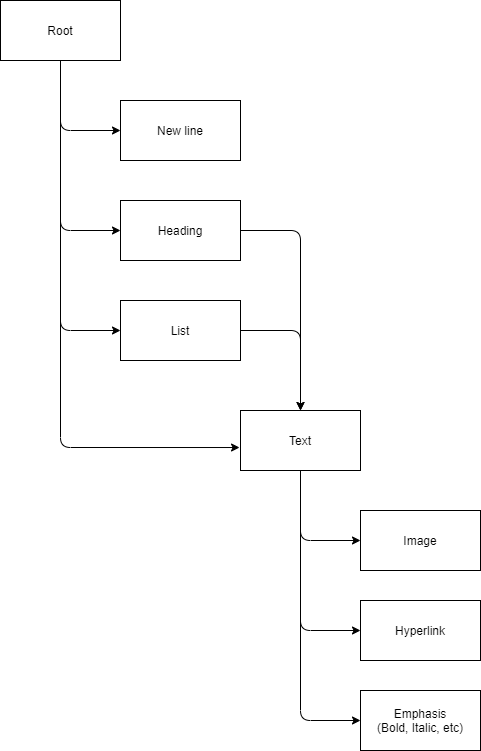
Before: MarkdownSyntaxTree.png, a diagram exported from draw.io (legopiraat/Markdown-magic). Source tidied: cells renumbered, new cells last; positions are measured from the earlier drawing's top-left corner, leaving out a move shared by most shapes.
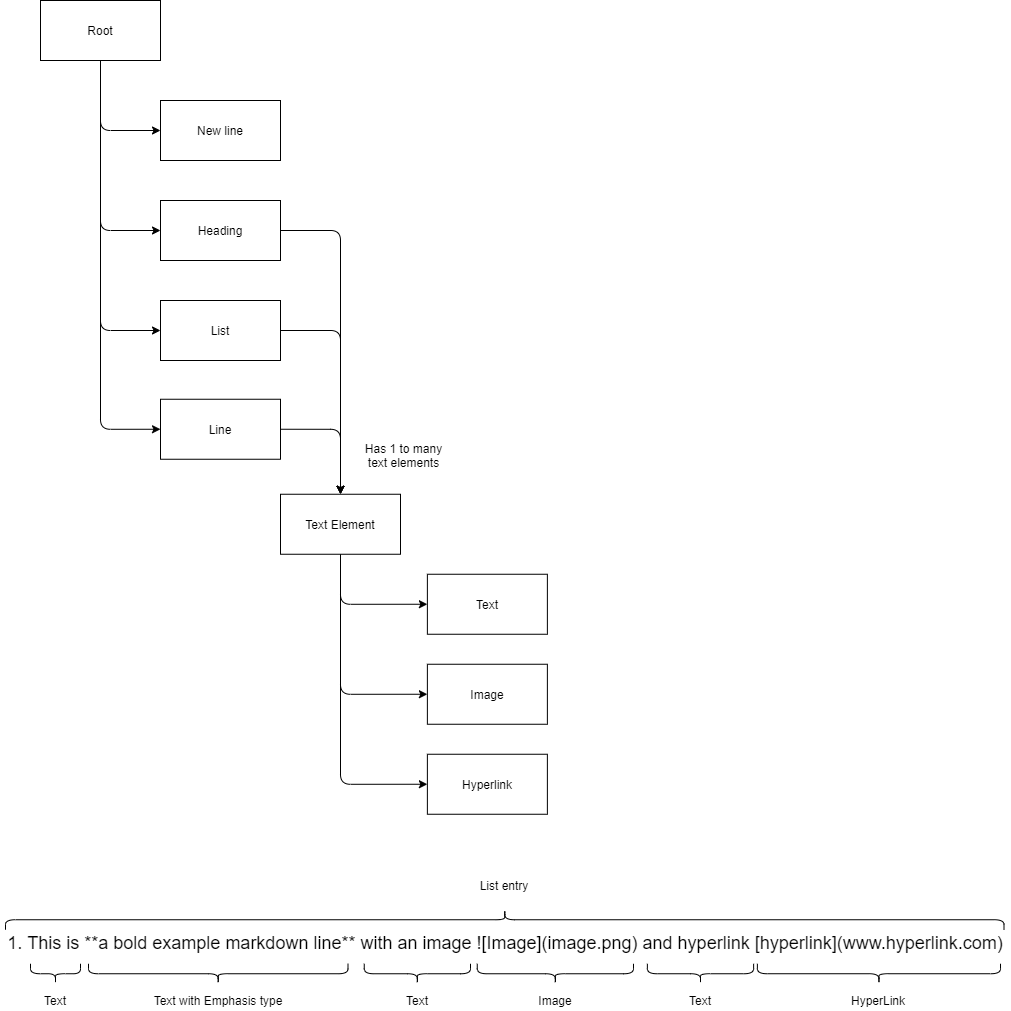
After the commit.

The edit, as a diff of the source:
```diff
@@ -12,7 +12,7 @@
       <mxGeometry x="120" y="300" width="120" height="60" as="geometry" />
     </mxCell>
     <mxCell id="5" value="Text" style="rounded=0;whiteSpace=wrap;html=1;" parent="1" vertex="1">
-      <mxGeometry x="240" y="410" width="120" height="60" as="geometry" />
+      <mxGeometry x="386.9" y="573.8" width="120" height="60" as="geometry" />
     </mxCell>
     <mxCell id="6" value="New line" style="rounded=0;whiteSpace=wrap;html=1;" parent="1" vertex="1">
       <mxGeometry x="120" y="100" width="120" height="60" as="geometry" />
@@ -26,32 +26,86 @@
     <mxCell id="9" style="endArrow=classic;html=1;entryX=0;entryY=0.5;entryDx=0;entryDy=0;exitX=0.5;exitY=1;exitDx=0;exitDy=0;edgeStyle=orthogonalEdgeStyle;" parent="1" edge="1" source="2" target="4">
       <mxGeometry relative="1" as="geometry" />
     </mxCell>
-    <mxCell id="10" style="endArrow=classic;html=1;entryX=-0.008;entryY=0.617;entryDx=0;entryDy=0;entryPerimeter=0;exitX=0.5;exitY=1;exitDx=0;exitDy=0;edgeStyle=orthogonalEdgeStyle;" parent="1" edge="1" source="2" target="5">
-      <mxGeometry relative="1" as="geometry" />
-    </mxCell>
-    <mxCell id="11" style="endArrow=classic;html=1;exitX=1;exitY=0.5;exitDx=0;exitDy=0;entryX=0.5;entryY=0;entryDx=0;entryDy=0;edgeStyle=orthogonalEdgeStyle;" parent="1" edge="1" source="3" target="5">
-      <mxGeometry relative="1" as="geometry" />
-    </mxCell>
-    <mxCell id="12" style="endArrow=classic;html=1;exitX=1;exitY=0.5;exitDx=0;exitDy=0;entryX=0.5;entryY=0;entryDx=0;entryDy=0;edgeStyle=orthogonalEdgeStyle;" parent="1" edge="1" source="4" target="5">
+    <mxCell id="12" style="endArrow=classic;html=1;edgeStyle=orthogonalEdgeStyle;entryX=0;entryY=0.5;entryDx=0;entryDy=0;exitX=0.5;exitY=1;exitDx=0;exitDy=0;" parent="1" edge="1" source="2" target="19">
       <mxGeometry relative="1" as="geometry" />
     </mxCell>
     <mxCell id="13" value="Image" style="rounded=0;whiteSpace=wrap;html=1;" parent="1" vertex="1">
-      <mxGeometry x="360" y="510" width="120" height="60" as="geometry" />
+      <mxGeometry x="386.9" y="663.8" width="120" height="60" as="geometry" />
     </mxCell>
     <mxCell id="14" value="Hyperlink" style="rounded=0;whiteSpace=wrap;html=1;" parent="1" vertex="1">
-      <mxGeometry x="360" y="600" width="120" height="60" as="geometry" />
+      <mxGeometry x="386.9" y="753.8" width="120" height="60" as="geometry" />
     </mxCell>
-    <mxCell id="15" value="Emphasis&lt;br&gt;(Bold, Italic, etc)" style="rounded=0;whiteSpace=wrap;html=1;" parent="1" vertex="1">
-      <mxGeometry x="360" y="690" width="120" height="60" as="geometry" />
-    </mxCell>
-    <mxCell id="16" style="endArrow=classic;html=1;entryX=0;entryY=0.5;entryDx=0;entryDy=0;exitX=0.5;exitY=1;exitDx=0;exitDy=0;edgeStyle=orthogonalEdgeStyle;" parent="1" edge="1" source="5" target="13">
+    <mxCell id="16" style="endArrow=classic;html=1;entryX=0;entryY=0.5;entryDx=0;entryDy=0;exitX=0.5;exitY=1;exitDx=0;exitDy=0;edgeStyle=orthogonalEdgeStyle;" parent="1" edge="1" source="29" target="13">
       <mxGeometry relative="1" as="geometry" />
     </mxCell>
-    <mxCell id="17" style="endArrow=classic;html=1;entryX=0;entryY=0.5;entryDx=0;entryDy=0;exitX=0.5;exitY=1;exitDx=0;exitDy=0;edgeStyle=orthogonalEdgeStyle;" parent="1" edge="1" source="5" target="14">
+    <mxCell id="17" style="endArrow=classic;html=1;entryX=0;entryY=0.5;entryDx=0;entryDy=0;exitX=0.5;exitY=1;exitDx=0;exitDy=0;edgeStyle=orthogonalEdgeStyle;" parent="1" edge="1" source="29" target="14">
       <mxGeometry relative="1" as="geometry" />
     </mxCell>
-    <mxCell id="18" style="endArrow=classic;html=1;entryX=0;entryY=0.5;entryDx=0;entryDy=0;exitX=0.5;exitY=1;exitDx=0;exitDy=0;edgeStyle=orthogonalEdgeStyle;" parent="1" edge="1" source="5" target="15">
-      <mxGeometry relative="1" as="geometry" />
-    </mxCell>
+    <mxCell id="19" value="Line" style="rounded=0;whiteSpace=wrap;html=1;" parent="1" vertex="1">
+      <mxGeometry x="120" y="398.8" width="120" height="60" as="geometry" />
+    </mxCell>
+    <mxCell id="20" style="endArrow=classic;html=1;entryX=0;entryY=0.5;entryDx=0;entryDy=0;exitX=0.5;exitY=1;exitDx=0;exitDy=0;edgeStyle=orthogonalEdgeStyle;" parent="1" edge="1" source="29" target="5">
+      <mxGeometry relative="1" as="geometry" />
+    </mxCell>
+    <mxCell id="21" value="&lt;font style=&quot;font-size: 18px&quot;&gt;1. This is **a bold example markdown line** with an image ![Image](image.png) and hyperlink [hyperlink](www.hyperlink.com)&lt;/font&gt;" style="text;html=1;strokeColor=none;fillColor=none;align=center;verticalAlign=middle;whiteSpace=wrap;rounded=0;" parent="1" vertex="1">
+      <mxGeometry x="-40" y="933.2" width="1010" height="20" as="geometry" />
+    </mxCell>
+    <mxCell id="22" style="shape=curlyBracket;whiteSpace=wrap;html=1;rounded=1;rotation=-90;size=0.5;" parent="1" vertex="1">
+      <mxGeometry x="5" y="948.2" width="20" height="50" as="geometry" />
+    </mxCell>
+    <mxCell id="23" style="shape=curlyBracket;whiteSpace=wrap;html=1;rounded=1;rotation=90;size=0.5;" parent="1" vertex="1">
+      <mxGeometry x="454.2" y="420" width="20" height="998.5" as="geometry" />
+    </mxCell>
+    <mxCell id="24" style="shape=curlyBracket;whiteSpace=wrap;html=1;rounded=1;rotation=-90;" parent="1" vertex="1">
+      <mxGeometry x="167.8" y="843.5" width="20" height="259.5" as="geometry" />
+    </mxCell>
+    <mxCell id="25" style="shape=curlyBracket;whiteSpace=wrap;html=1;rounded=1;rotation=-90;" parent="1" vertex="1">
+      <mxGeometry x="366.9" y="920.1" width="20" height="106.2" as="geometry" />
+    </mxCell>
+    <mxCell id="26" style="shape=curlyBracket;whiteSpace=wrap;html=1;rounded=1;rotation=-90;" parent="1" vertex="1">
+      <mxGeometry x="504.9" y="895.1" width="20" height="156.2" as="geometry" />
+    </mxCell>
+    <mxCell id="27" style="shape=curlyBracket;whiteSpace=wrap;html=1;rounded=1;rotation=-90;" parent="1" vertex="1">
+      <mxGeometry x="650" y="920.1" width="20" height="106.2" as="geometry" />
+    </mxCell>
+    <mxCell id="28" style="shape=curlyBracket;whiteSpace=wrap;html=1;rounded=1;rotation=-90;" parent="1" vertex="1">
+      <mxGeometry x="828.4" y="851.7" width="20" height="243.1" as="geometry" />
+    </mxCell>
+    <mxCell id="29" value="Text Element" style="rounded=0;whiteSpace=wrap;html=1;" parent="1" vertex="1">
+      <mxGeometry x="240" y="493.8" width="120" height="60" as="geometry" />
+    </mxCell>
+    <mxCell id="30" style="endArrow=classic;html=1;entryX=0.5;entryY=0;entryDx=0;entryDy=0;exitX=1;exitY=0.5;exitDx=0;exitDy=0;edgeStyle=orthogonalEdgeStyle;" parent="1" edge="1" source="19" target="29">
+      <mxGeometry relative="1" as="geometry" />
+    </mxCell>
+    <mxCell id="31" style="endArrow=classic;html=1;entryX=0.5;entryY=0;entryDx=0;entryDy=0;exitX=1;exitY=0.5;exitDx=0;exitDy=0;edgeStyle=orthogonalEdgeStyle;" parent="1" edge="1" source="4" target="29">
+      <mxGeometry relative="1" as="geometry" />
+    </mxCell>
+    <mxCell id="32" style="endArrow=classic;html=1;entryX=0.5;entryY=0;entryDx=0;entryDy=0;exitX=1;exitY=0.5;exitDx=0;exitDy=0;edgeStyle=orthogonalEdgeStyle;" parent="1" edge="1" source="3" target="29">
+      <mxGeometry relative="1" as="geometry" />
+    </mxCell>
+    <mxCell id="33" value="Text" style="text;html=1;strokeColor=none;fillColor=none;align=center;verticalAlign=middle;whiteSpace=wrap;rounded=0;" parent="1" vertex="1">
+      <mxGeometry x="-5" y="990" width="40" height="20" as="geometry" />
+    </mxCell>
+    <mxCell id="34" value="Text" style="text;html=1;strokeColor=none;fillColor=none;align=center;verticalAlign=middle;whiteSpace=wrap;rounded=0;" parent="1" vertex="1">
+      <mxGeometry x="356.9" y="990" width="40" height="20" as="geometry" />
+    </mxCell>
+    <mxCell id="35" value="Text" style="text;html=1;strokeColor=none;fillColor=none;align=center;verticalAlign=middle;whiteSpace=wrap;rounded=0;" parent="1" vertex="1">
+      <mxGeometry x="640" y="990" width="40" height="20" as="geometry" />
+    </mxCell>
+    <mxCell id="36" value="Text with Emphasis type" style="text;html=1;strokeColor=none;fillColor=none;align=center;verticalAlign=middle;whiteSpace=wrap;rounded=0;" parent="1" vertex="1">
+      <mxGeometry x="102.8" y="990" width="150" height="20" as="geometry" />
+    </mxCell>
+    <mxCell id="37" value="Image" style="text;html=1;strokeColor=none;fillColor=none;align=center;verticalAlign=middle;whiteSpace=wrap;rounded=0;" parent="1" vertex="1">
+      <mxGeometry x="494.9" y="990" width="40" height="20" as="geometry" />
+    </mxCell>
+    <mxCell id="38" value="HyperLink" style="text;html=1;strokeColor=none;fillColor=none;align=center;verticalAlign=middle;whiteSpace=wrap;rounded=0;" parent="1" vertex="1">
+      <mxGeometry x="818.4" y="990" width="40" height="20" as="geometry" />
+    </mxCell>
+    <mxCell id="39" value="Has 1 to many text elements" style="text;html=1;strokeColor=none;fillColor=none;align=center;verticalAlign=middle;whiteSpace=wrap;rounded=0;" parent="1" vertex="1">
+      <mxGeometry x="317" y="445" width="93" height="20" as="geometry" />
+    </mxCell>
+    <mxCell id="40" value="List entry" style="text;html=1;strokeColor=none;fillColor=none;align=center;verticalAlign=middle;whiteSpace=wrap;rounded=0;" parent="1" vertex="1">
+      <mxGeometry x="436.2" y="875.1" width="56" height="20" as="geometry" />
+    </mxCell>
   </root>
 </mxGraphModel>
```
